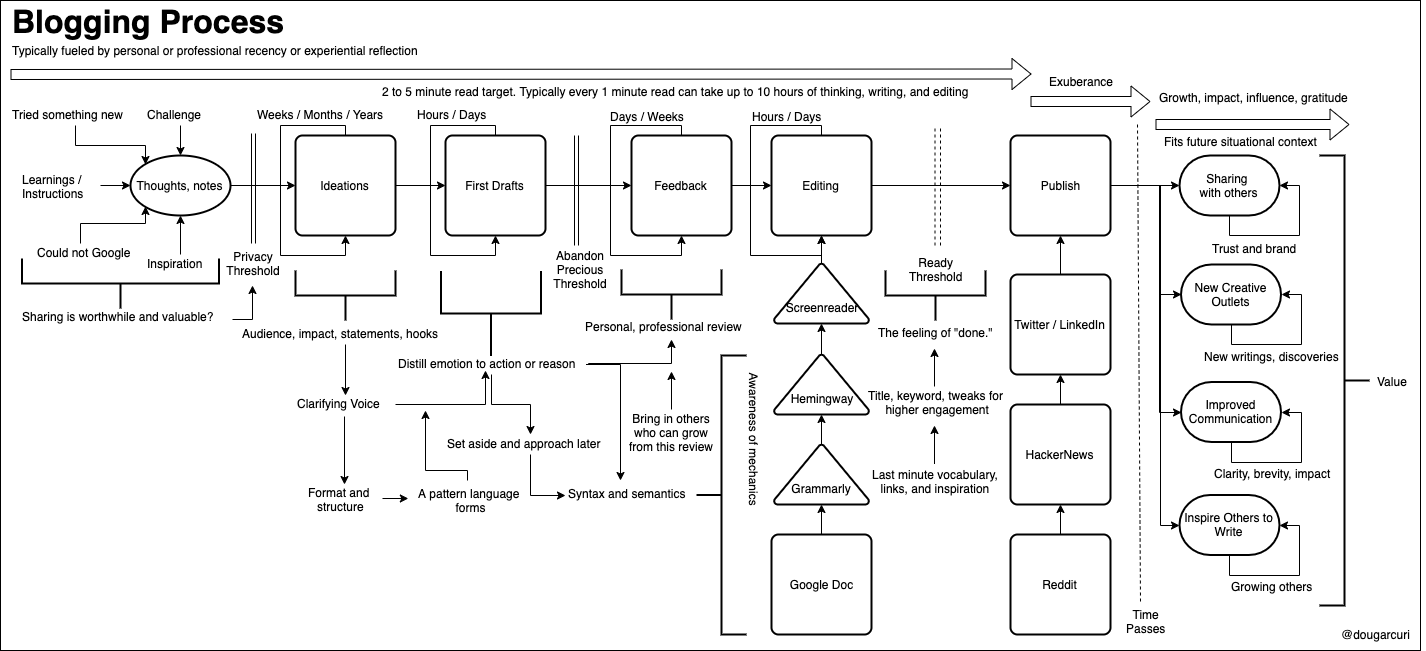
Before: mentoring/diagrams/blogging-process.png, a diagram exported from draw.io (solidi/learning-notes). Source tidied: cells renumbered, new cells last; positions are measured from the earlier drawing's top-left corner, leaving out a move shared by most shapes.
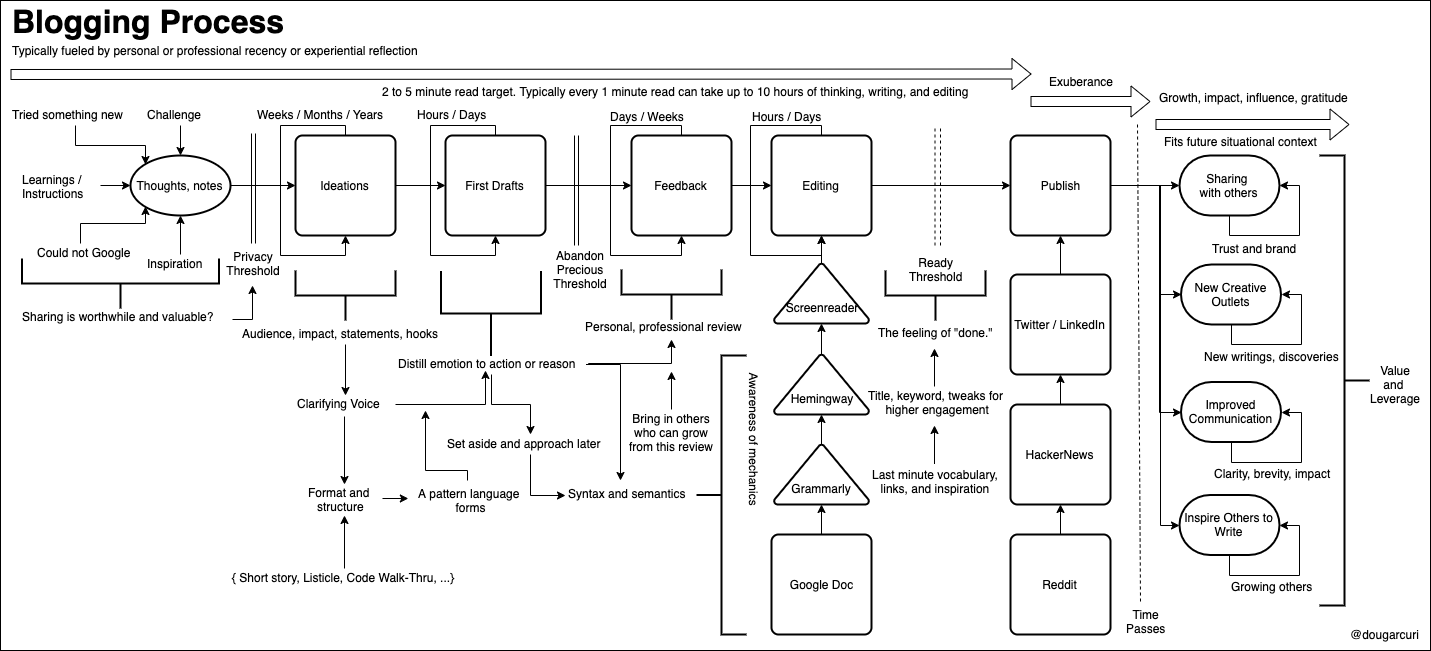
The same diagram one commit later.

Commit message:
Add updates to format, structure, and leverage

Diff of the diagram source:
```diff
@@ -3,7 +3,7 @@
     <mxCell id="0" />
     <mxCell id="1" parent="0" />
     <mxCell id="2" style="rounded=0;whiteSpace=wrap;html=1;align=center;fillColor=none;" parent="1" vertex="1">
-      <mxGeometry width="1420" height="650" as="geometry" />
+      <mxGeometry width="1430" height="650" as="geometry" />
     </mxCell>
     <mxCell id="3" style="edgeStyle=orthogonalEdgeStyle;rounded=0;jettySize=auto;html=1;exitX=1;exitY=0.5;exitDx=0;exitDy=0;entryX=0;entryY=0.5;entryDx=0;entryDy=0;" parent="1" edge="1" source="4" target="7">
       <mxGeometry relative="1" as="geometry" />
@@ -321,8 +321,8 @@
     <mxCell id="84" style="strokeWidth=2;html=1;shape=mxgraph.flowchart.annotation_2;align=left;labelPosition=right;rotation=180;" parent="1" vertex="1">
       <mxGeometry x="1319" y="155" width="50" height="450" as="geometry" />
     </mxCell>
-    <mxCell id="85" value="Value" style="text;html=1;align=left;verticalAlign=top;spacingTop=-4;" parent="1" vertex="1">
-      <mxGeometry x="1375" y="371.5" width="50" height="20" as="geometry" />
+    <mxCell id="85" value="Value&lt;br&gt;and &lt;br&gt;Leverage" style="text;html=1;align=center;verticalAlign=top;spacingTop=-4;" parent="1" vertex="1">
+      <mxGeometry x="1360" y="360.5" width="70" height="40" as="geometry" />
     </mxCell>
     <mxCell id="86" style="shape=link;html=1;" parent="1" edge="1">
       <mxGeometry relative="1" as="geometry">
@@ -391,7 +391,7 @@
       </mxGeometry>
     </mxCell>
     <mxCell id="101" value="@dougarcuri" style="text;html=1;align=center;verticalAlign=middle;" parent="1" vertex="1">
-      <mxGeometry x="1335" y="624" width="80" height="20" as="geometry" />
+      <mxGeometry x="1344" y="624" width="80" height="20" as="geometry" />
     </mxCell>
     <mxCell id="102" value="Bring in others&lt;br&gt;who can grow&lt;br&gt;from this review" style="text;html=1;align=center;verticalAlign=top;spacingTop=-4;" parent="1" vertex="1">
       <mxGeometry x="621" y="409" width="100" height="40" as="geometry" />
@@ -463,5 +463,11 @@
         </Array>
       </mxGeometry>
     </mxCell>
+    <mxCell id="116" style="edgeStyle=orthogonalEdgeStyle;rounded=0;jettySize=auto;html=1;exitX=0.504;exitY=0.075;exitDx=0;exitDy=0;entryX=0.575;entryY=1.033;entryDx=0;entryDy=0;entryPerimeter=0;exitPerimeter=0;" parent="1" edge="1" source="117" target="112">
+      <mxGeometry relative="1" as="geometry" />
+    </mxCell>
+    <mxCell id="117" value="{ Short story, Listicle, Code Walk-Thru, ...}" style="text;html=1;align=center;verticalAlign=middle;points=[];" parent="1" vertex="1">
+      <mxGeometry x="223" y="566.5" width="240" height="20" as="geometry" />
+    </mxCell>
   </root>
 </mxGraphModel>
```
